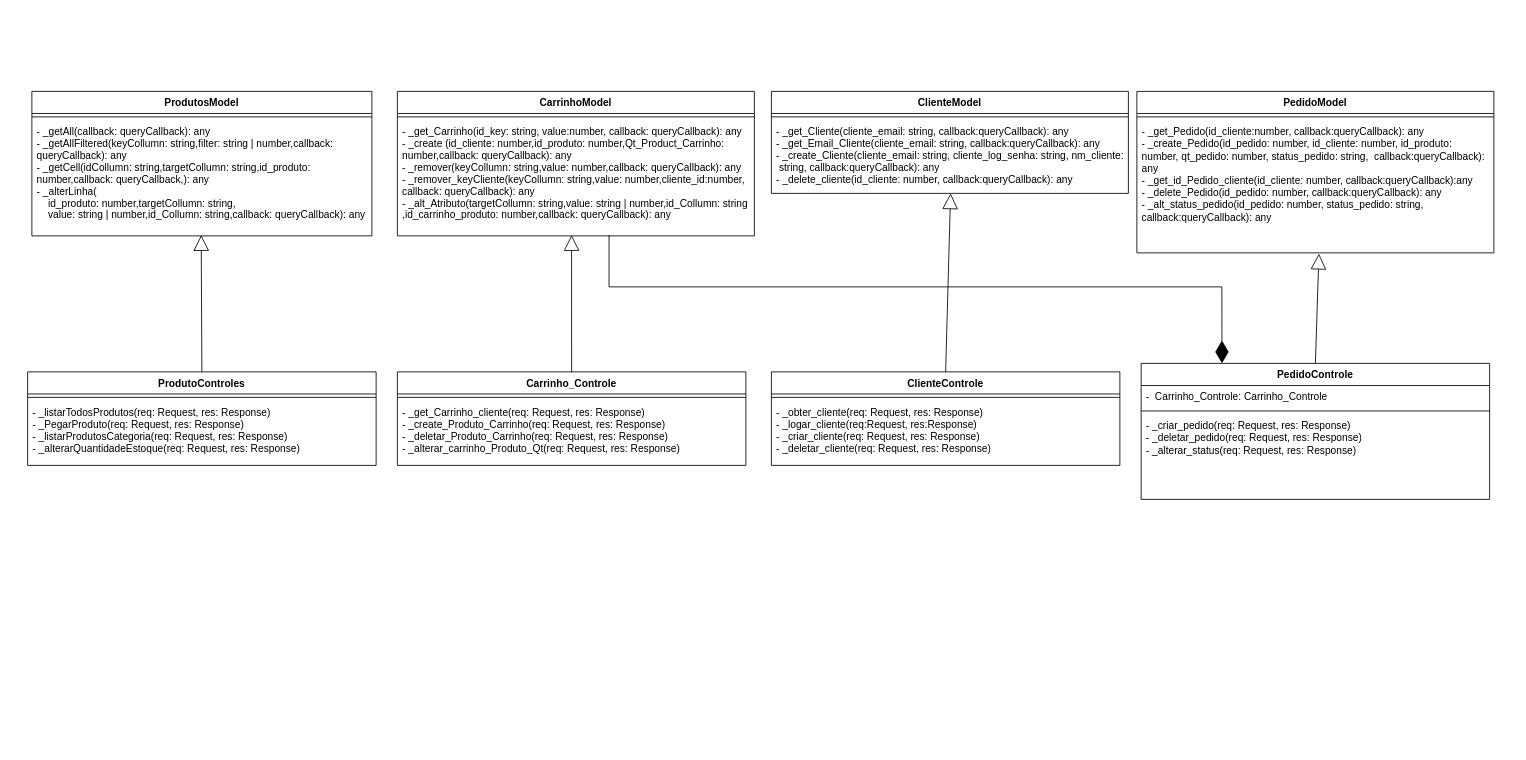
GustavoAndreyIF/Divino-Lanches keeps this draw.io diagram as modelo_diagrama.drawio. Above is the earlier version. Source tidied: cells renumbered, new cells numbered last; positions are measured from the earlier drawing's top-left corner, leaving out a move shared by most shapes. Both pictures are drawn from the tidied source at 85%, with x=0, y=0 at pixel (27, 91).
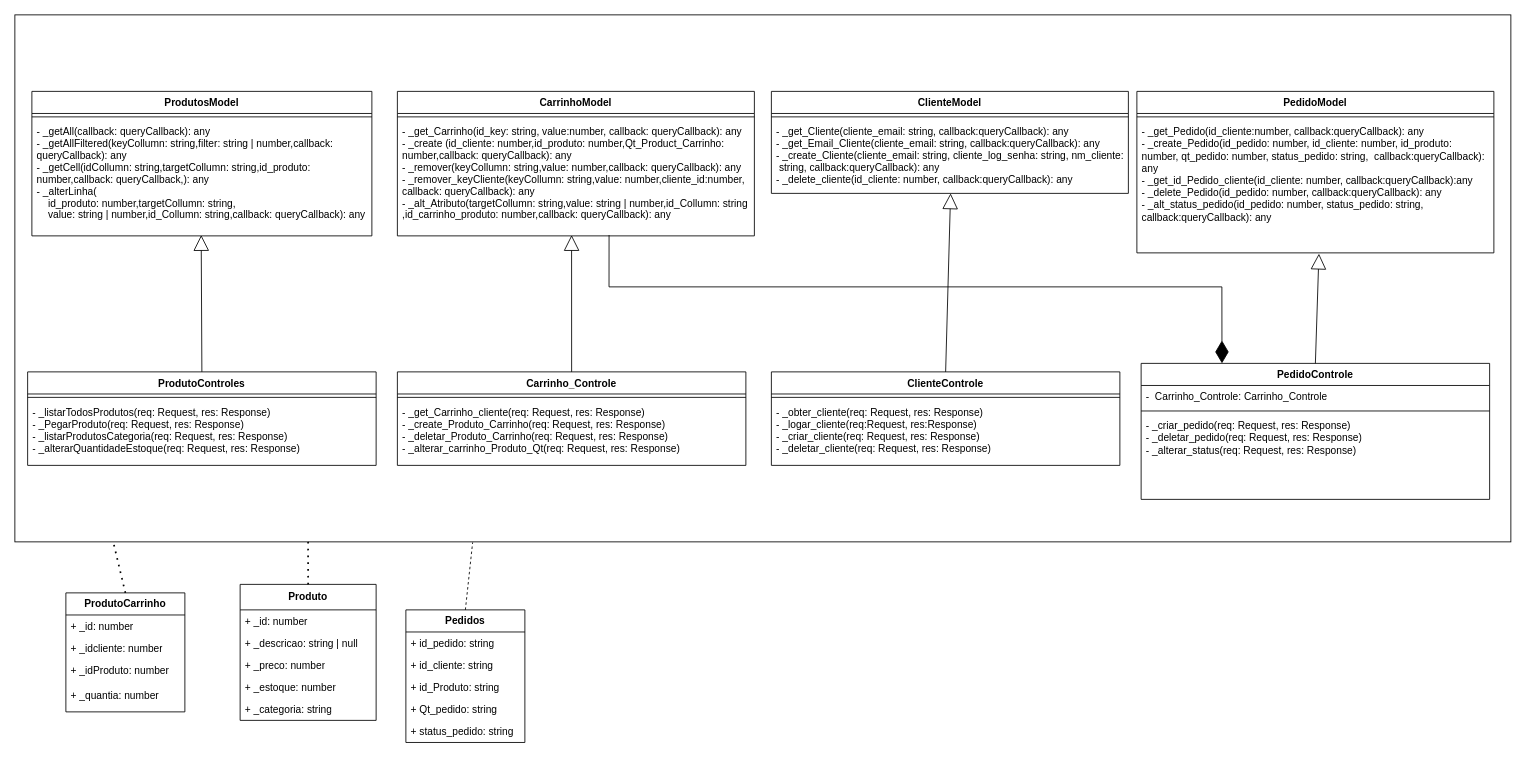
Above is the later version.

The edit, as a diff of the source:
```diff
@@
+    <mxCell id="32" style="rounded=0;whiteSpace=wrap;html=1;" parent="1" vertex="1">
+      <mxGeometry x="-15" y="-90" width="1760" height="620" as="geometry" />
+    </mxCell>
@@
+    <mxCell id="33" value="&lt;b&gt;ProdutoCarrinho&lt;/b&gt;" style="swimlane;fontStyle=0;horizontal=1;startSize=26;fillColor=none;whiteSpace=wrap;html=1;" parent="1" vertex="1">
+      <mxGeometry x="45" y="590" width="140" height="140" as="geometry" />
+    </mxCell>
+    <mxCell id="34" value="+ _id: number" style="text;strokeColor=none;fillColor=none;align=left;verticalAlign=top;spacingLeft=4;spacingRight=4;overflow=hidden;whiteSpace=wrap;html=1;" parent="33" vertex="1">
+      <mxGeometry y="26" width="140" height="26" as="geometry" />
+    </mxCell>
+    <mxCell id="35" value="+ _idcliente: number&lt;div&gt;&lt;br&gt;&lt;/div&gt;" style="text;strokeColor=none;fillColor=none;align=left;verticalAlign=top;spacingLeft=4;spacingRight=4;overflow=hidden;whiteSpace=wrap;html=1;" parent="33" vertex="1">
+      <mxGeometry y="52" width="140" height="26" as="geometry" />
+    </mxCell>
+    <mxCell id="36" value="+&amp;nbsp;_idProduto: number&lt;div&gt;&lt;br&gt;&lt;/div&gt;&lt;div&gt;+ _quantia: number&lt;br&gt;&lt;div&gt;&lt;br&gt;&lt;/div&gt;&lt;/div&gt;" style="text;strokeColor=none;fillColor=none;align=left;verticalAlign=top;spacingLeft=4;spacingRight=4;overflow=hidden;whiteSpace=wrap;html=1;" parent="33" vertex="1">
+      <mxGeometry y="78" width="140" height="62" as="geometry" />
+    </mxCell>
+    <mxCell id="37" value="&lt;b&gt;Produto&lt;/b&gt;" style="swimlane;fontStyle=0;horizontal=1;startSize=30;fillColor=none;whiteSpace=wrap;html=1;" parent="1" vertex="1">
+      <mxGeometry x="250" y="580" width="160" height="160" as="geometry" />
+    </mxCell>
+    <mxCell id="38" value="+&amp;nbsp;_id: number" style="text;strokeColor=none;fillColor=none;align=left;verticalAlign=top;spacingLeft=4;spacingRight=4;overflow=hidden;whiteSpace=wrap;html=1;" parent="37" vertex="1">
+      <mxGeometry y="30" width="160" height="26" as="geometry" />
+    </mxCell>
+    <mxCell id="39" value="+ _descricao: string | null" style="text;strokeColor=none;fillColor=none;align=left;verticalAlign=top;spacingLeft=4;spacingRight=4;overflow=hidden;whiteSpace=wrap;html=1;" parent="37" vertex="1">
+      <mxGeometry y="56" width="160" height="26" as="geometry" />
+    </mxCell>
+    <mxCell id="40" value="+ _preco: number" style="text;strokeColor=none;fillColor=none;align=left;verticalAlign=top;spacingLeft=4;spacingRight=4;overflow=hidden;whiteSpace=wrap;html=1;" parent="37" vertex="1">
+      <mxGeometry y="82" width="160" height="26" as="geometry" />
+    </mxCell>
+    <mxCell id="41" value="+ _estoque: number" style="text;strokeColor=none;fillColor=none;align=left;verticalAlign=top;spacingLeft=4;spacingRight=4;overflow=hidden;whiteSpace=wrap;html=1;" parent="37" vertex="1">
+      <mxGeometry y="108" width="160" height="26" as="geometry" />
+    </mxCell>
+    <mxCell id="42" value="+ _categoria: string" style="text;strokeColor=none;fillColor=none;align=left;verticalAlign=top;spacingLeft=4;spacingRight=4;overflow=hidden;whiteSpace=wrap;html=1;" parent="37" vertex="1">
+      <mxGeometry y="134" width="160" height="26" as="geometry" />
+    </mxCell>
+    <mxCell id="43" value="&lt;b&gt;Pedidos&lt;/b&gt;" style="swimlane;fontStyle=0;horizontal=1;startSize=26;fillColor=none;whiteSpace=wrap;html=1;" parent="1" vertex="1">
+      <mxGeometry x="445" y="610" width="140" height="156" as="geometry" />
+    </mxCell>
+    <mxCell id="44" value="+ id_pedido: string" style="text;strokeColor=none;fillColor=none;align=left;verticalAlign=top;spacingLeft=4;spacingRight=4;overflow=hidden;whiteSpace=wrap;html=1;" parent="43" vertex="1">
+      <mxGeometry y="26" width="140" height="26" as="geometry" />
+    </mxCell>
+    <mxCell id="45" value="+ id_cliente: string" style="text;strokeColor=none;fillColor=none;align=left;verticalAlign=top;spacingLeft=4;spacingRight=4;overflow=hidden;whiteSpace=wrap;html=1;" parent="43" vertex="1">
+      <mxGeometry y="52" width="140" height="26" as="geometry" />
+    </mxCell>
+    <mxCell id="46" value="+ id_Produto: string" style="text;strokeColor=none;fillColor=none;align=left;verticalAlign=top;spacingLeft=4;spacingRight=4;overflow=hidden;whiteSpace=wrap;html=1;" parent="43" vertex="1">
+      <mxGeometry y="78" width="140" height="26" as="geometry" />
+    </mxCell>
+    <mxCell id="47" value="+ Qt_pedido: string" style="text;strokeColor=none;fillColor=none;align=left;verticalAlign=top;spacingLeft=4;spacingRight=4;overflow=hidden;whiteSpace=wrap;html=1;" parent="43" vertex="1">
+      <mxGeometry y="104" width="140" height="26" as="geometry" />
+    </mxCell>
+    <mxCell id="48" value="+ status_pedido: string" style="text;strokeColor=none;fillColor=none;align=left;verticalAlign=top;spacingLeft=4;spacingRight=4;overflow=hidden;whiteSpace=wrap;html=1;" parent="43" vertex="1">
+      <mxGeometry y="130" width="140" height="26" as="geometry" />
+    </mxCell>
+    <mxCell id="49" style="endArrow=none;dashed=1;html=1;dashPattern=1 3;strokeWidth=2;rounded=0;entryX=0.066;entryY=1.003;entryDx=0;entryDy=0;entryPerimeter=0;exitX=0.5;exitY=0;exitDx=0;exitDy=0;" parent="1" edge="1" source="33" target="32">
+      <mxGeometry relative="1" as="geometry" />
+    </mxCell>
+    <mxCell id="50" style="endArrow=none;dashed=1;html=1;dashPattern=1 3;strokeWidth=2;rounded=0;entryX=0.196;entryY=0.998;entryDx=0;entryDy=0;entryPerimeter=0;exitX=0.5;exitY=0;exitDx=0;exitDy=0;" parent="1" edge="1" source="37" target="32">
+      <mxGeometry relative="1" as="geometry" />
+    </mxCell>
+    <mxCell id="51" style="endArrow=none;dashed=1;html=1;rounded=0;entryX=0.306;entryY=1.001;entryDx=0;entryDy=0;entryPerimeter=0;exitX=0.5;exitY=0;exitDx=0;exitDy=0;" parent="1" edge="1" source="43" target="32">
+      <mxGeometry relative="1" as="geometry" />
+    </mxCell>
```
